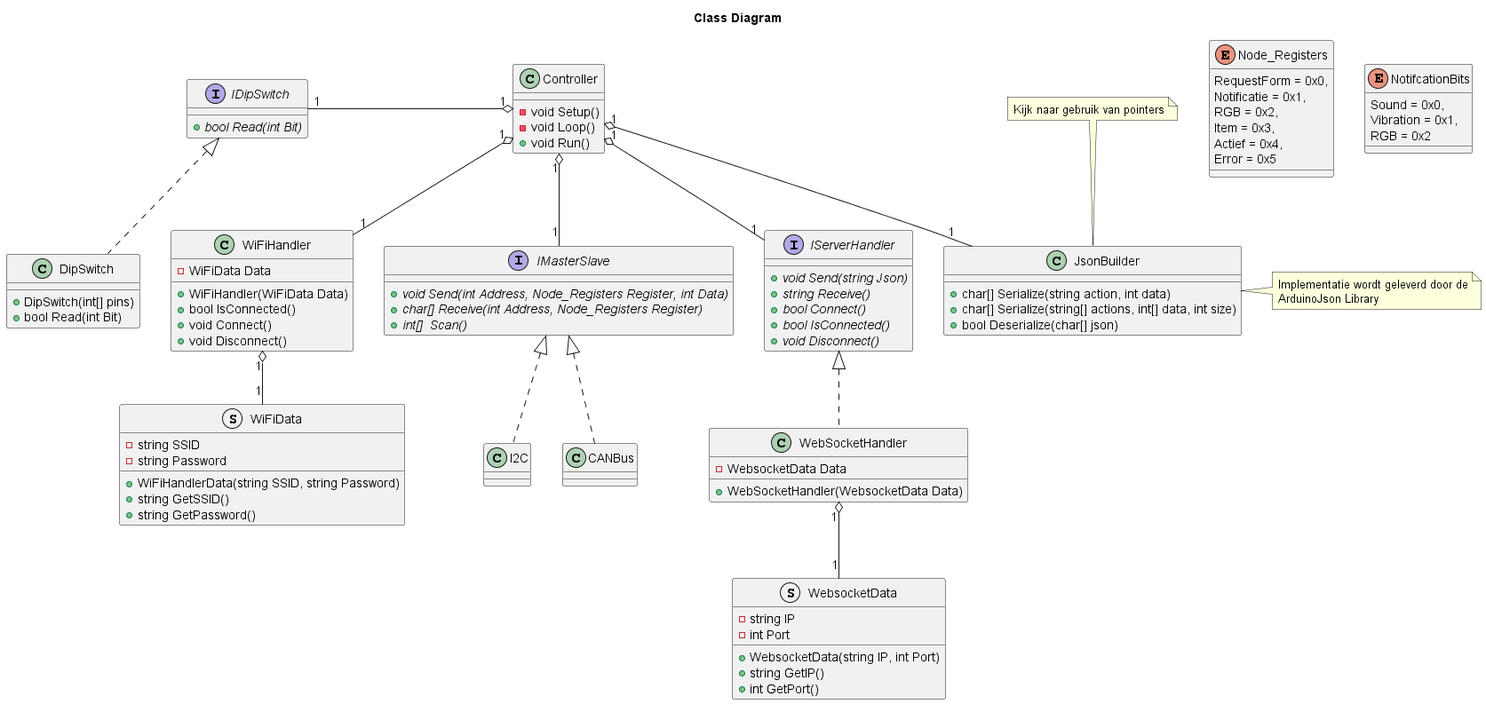
Above: Designs/ESP-32/ClassDiagram.png in T3-FindIt/FindIt (PlantUML), before the change. Source of this version:
```plantuml
@startuml ClassDiagram
Title Class Diagram

Class Controller
{
    {method} - void Setup()
    {method} - void Loop()
    {method} + void Run()
}

Interface IServerHandler
{
    {abstract} + void Send(string Json)
    {abstract} + string Receive()
    {abstract} + bool Connect()
    {abstract} + bool IsConnected()
    {abstract} + void Disconnect()
}

Class WiFiHandler
{
    {field} - WiFiData Data
    {method} + WiFiHandler(WiFiData Data)
    {method} + bool IsConnected()
    {method} + void Connect()
    {method} + void Disconnect()
}

Class WebSocketHandler
{
    {field} - WebsocketData Data
    {method} + WebSocketHandler(WebsocketData Data)
}

Struct WebsocketData
{
    {field} - string IP
    {field} - int Port

    {method} + WebsocketData(string IP, int Port)
    {method} + string GetIP()
    {method} + int GetPort()
}

Struct WiFiData
{
    {field} - string SSID
    {field} - string Password

    {method} + WiFiHandlerData(string SSID, string Password)
    {method} + string GetSSID()
    {method} + string GetPassword()
}

Interface IDipSwitch
{
    {abstract} + bool Read(int Bit)
}

class DipSwitch
{
    {method} + DipSwitch(int[] pins)
    {method} + bool Read(int Bit)
}


Interface IMasterSlave
{
    {abstract} + void Send(int Address, Node_Registers Register, int Data)
    {abstract} + char[] Receive(int Address, Node_Registers Register)
    {abstract} + int[]  Scan()
}

enum Node_Registers
{
    RequestForm = 0x0,
    Notificatie = 0x1,
    RGB = 0x2,
    Item = 0x3,
    Actief = 0x4,
    Error = 0x5
}

enum NotifcationBits
{
    Sound = 0x0,
    Vibration = 0x1,
    RGB = 0x2
}


Class JsonBuilder
{
    {method} + char[] Serialize(string action, int data)
    {method} + char[] Serialize(string[] actions, int[] data, int size)
    {method} + bool Deserialize(char[] json)
}

note right of JsonBuilder : Implementatie wordt geleverd door de\nArduinoJson Library
note top of JsonBuilder : Kijk naar gebruik van pointers

Class CANBus
Class I2C

IMasterSlave <|.. I2C
IMasterSlave <|.. CANBus
IDipSwitch <|.. DipSwitch
IServerHandler <|.. WebSocketHandler

Controller "1" o-- "1" WiFiHandler
Controller "1" o-- "1" IMasterSlave
Controller "1" o-- "1" JsonBuilder
Controller "1" o-left- "1" IDipSwitch
Controller "1" o-- "1" IServerHandler

WiFiHandler "1" o-- "1" WiFiData
WebSocketHandler "1" o-- "1" WebsocketData


@enduml
```
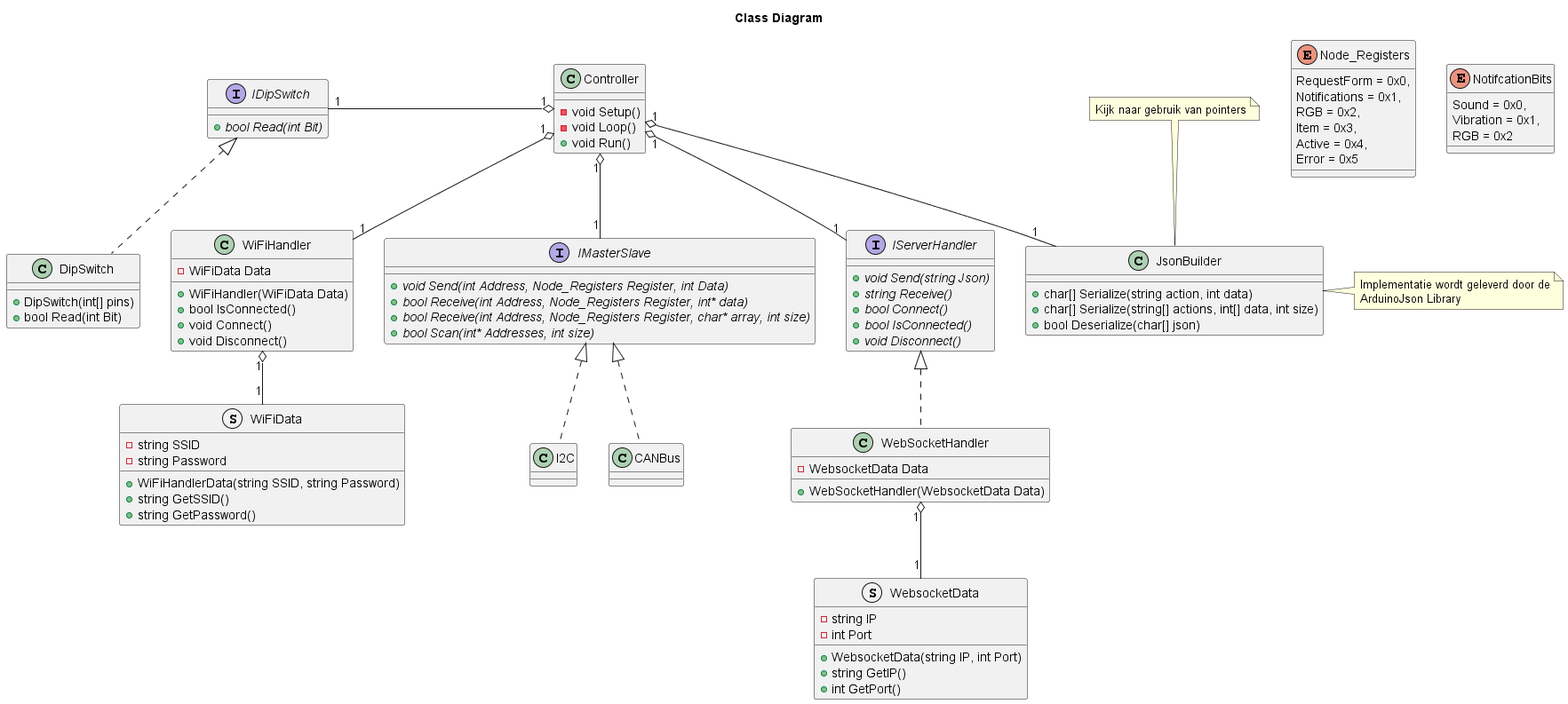
After the commit.

Commit message:
Fixed exported Diagram

Change to the diagram source:
```diff
@@ -67,17 +67,18 @@
 Interface IMasterSlave
 {
     {abstract} + void Send(int Address, Node_Registers Register, int Data)
-    {abstract} + char[] Receive(int Address, Node_Registers Register)
-    {abstract} + int[]  Scan()
+    {abstract} + bool Receive(int Address, Node_Registers Register, int* data)
+    {abstract} + bool Receive(int Address, Node_Registers Register, char* array, int size)
+    {abstract} + bool Scan(int* Addresses, int size)
 }
 
 enum Node_Registers
 {
     RequestForm = 0x0,
-    Notificatie = 0x1,
+    Notifications = 0x1,
     RGB = 0x2,
     Item = 0x3,
-    Actief = 0x4,
+    Active = 0x4,
     Error = 0x5
 }
 
```
